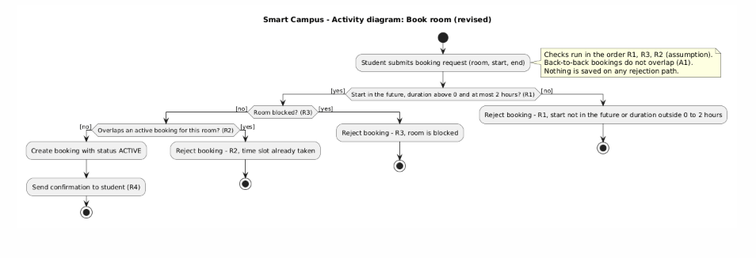
Earlier version of the PlantUML export week-04/models/img/activity.png (Arseen04/se-practice). Its source is kept beside it as week-04/models/activity.puml. The source it was exported from:
```plantuml
@startuml
title Smart Campus - Activity diagram: Book room (revised)

start
:Student submits booking request (room, start, end);
note right
  Checks run in the order R1, R3, R2 (assumption).
  Back-to-back bookings do not overlap (A1).
  Nothing is saved on any rejection path.
end note

if (Start in the future, duration above 0 and at most 2 hours? (R1)) then ([yes])
  if (Room blocked? (R3)) then ([no])
    if (Overlaps an active booking for this room? (R2)) then ([no])
      :Create booking with status ACTIVE;
      :Send confirmation to student (R4);
      stop
    else ([yes])
      :Reject booking - R2, time slot already taken;
      stop
    endif
  else ([yes])
    :Reject booking - R3, room is blocked;
    stop
  endif
else ([no])
  :Reject booking - R1, start not in the future or duration outside 0 to 2 hours;
  stop
endif

@enduml
```
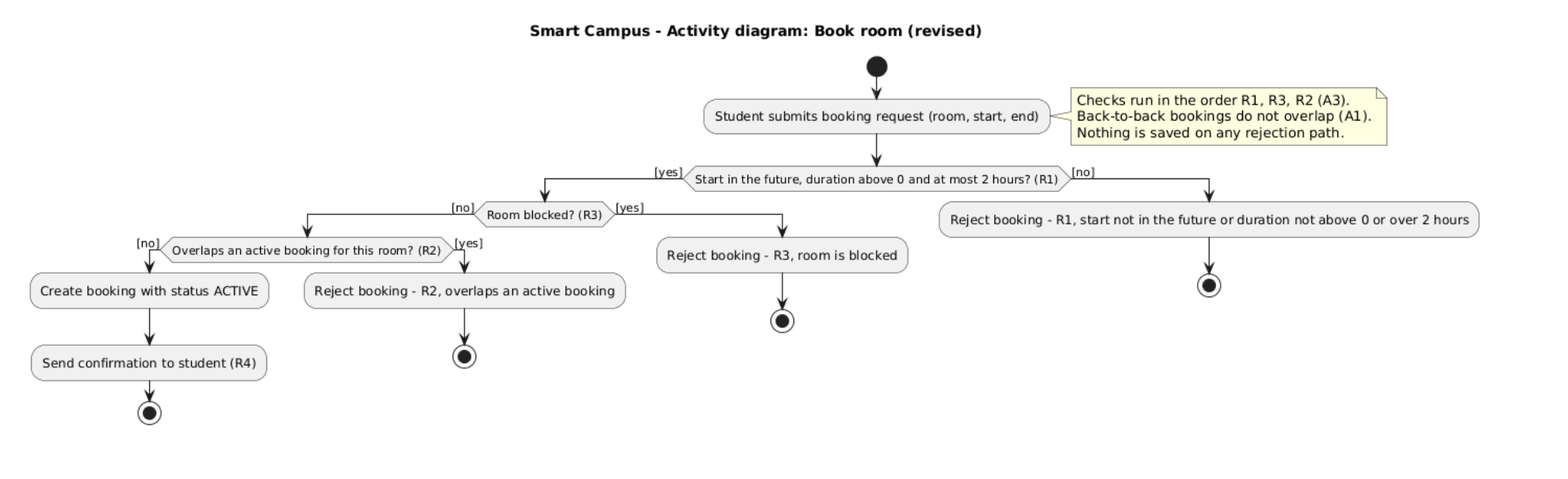
Later version of the same file.

What changed in the source:
```diff
@@ -4,7 +4,7 @@
 start
 :Student submits booking request (room, start, end);
 note right
-  Checks run in the order R1, R3, R2 (assumption).
+  Checks run in the order R1, R3, R2 (A3).
   Back-to-back bookings do not overlap (A1).
   Nothing is saved on any rejection path.
 end note
@@ -16,7 +16,7 @@
       :Send confirmation to student (R4);
       stop
     else ([yes])
-      :Reject booking - R2, time slot already taken;
+      :Reject booking - R2, overlaps an active booking;
       stop
     endif
   else ([yes])
@@ -24,7 +24,7 @@
     stop
   endif
 else ([no])
-  :Reject booking - R1, start not in the future or duration outside 0 to 2 hours;
+  :Reject booking - R1, start not in the future or duration not above 0 or over 2 hours;
   stop
 endif
 
```
